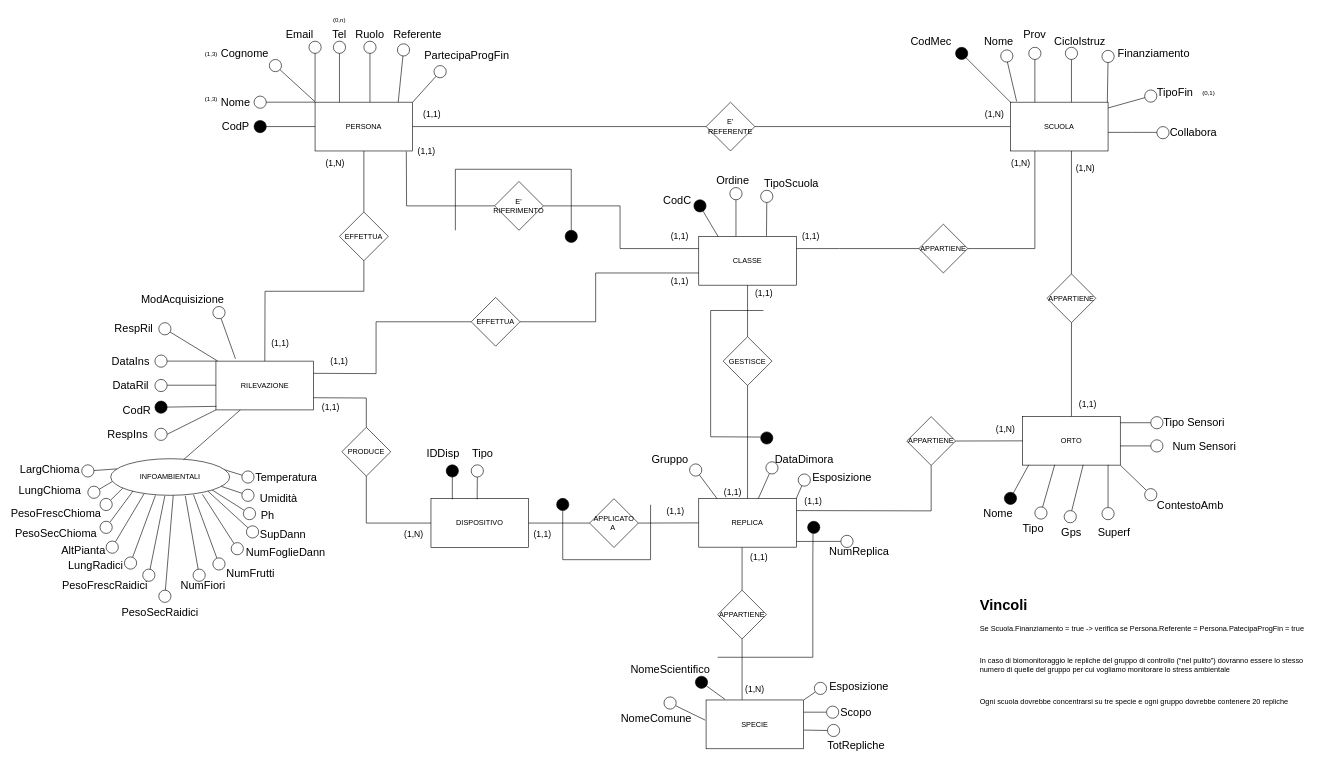
Above: BD_ER_Massimo_2023.drawio in pizzo-kyle/unige (draw.io), before the change. Source tidied: cells renumbered, new cells numbered last; positions are measured from the earlier drawing's top-left corner, leaving out a move shared by most shapes. Both pictures are drawn from the tidied source at 61%, with x=0, y=0 at pixel (35, 10).
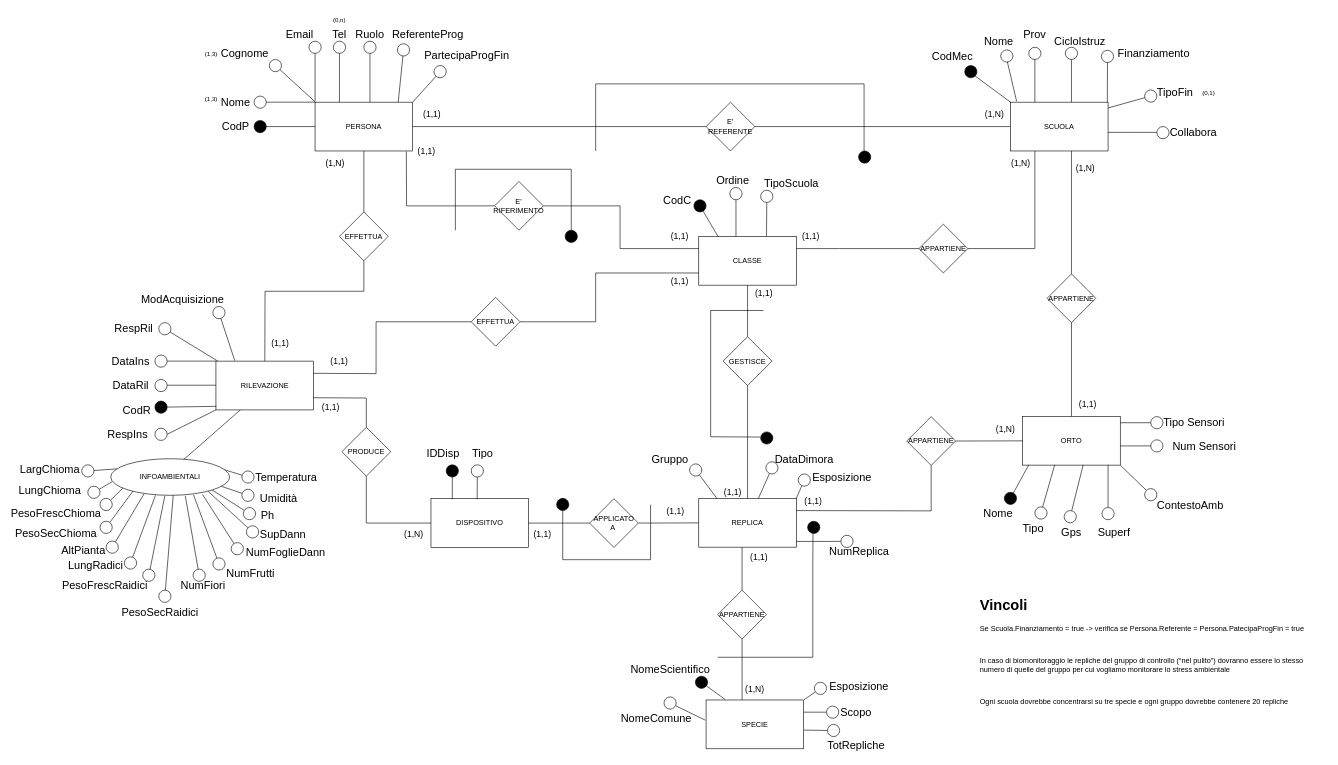
Above is the later version.

Unchanged cells that the change refers to:
```xml
<mxCell id="10" value="RILEVAZIONE" style="rounded=0;whiteSpace=wrap;html=1;" parent="1" vertex="1">
  <mxGeometry x="295.5" y="574.5" width="160" height="80" as="geometry" />
</mxCell>
<mxCell id="237" style="ellipse;whiteSpace=wrap;html=1;fillColor=#FFFFFF;direction=south;gradientColor=none;" parent="1" vertex="1">
  <mxGeometry x="290.5" y="485" width="20" height="20" as="geometry" />
</mxCell>
```

The edit, as a diff of the source:
```diff
@@
     <mxCell id="29" style="ellipse;whiteSpace=wrap;html=1;fillColor=#000000;direction=south;" parent="1" vertex="1">
-      <mxGeometry x="1508" y="60" width="20" height="20" as="geometry" />
+      <mxGeometry x="1523" y="90" width="20" height="20" as="geometry" />
     </mxCell>
@@
     <mxCell id="31" value="&lt;font style=&quot;font-size: 18px;&quot;&gt;CodMec&lt;/font&gt;" style="text;html=1;strokeColor=none;fillColor=none;align=center;verticalAlign=middle;whiteSpace=wrap;rounded=0;" parent="1" vertex="1">
-      <mxGeometry x="1428" y="30" width="80" height="40" as="geometry" />
+      <mxGeometry x="1463" y="55" width="80" height="40" as="geometry" />
     </mxCell>
@@
     <mxCell id="41" style="ellipse;whiteSpace=wrap;html=1;fillColor=#FFFFFF;direction=south;gradientColor=none;" parent="1" vertex="1">
-      <mxGeometry x="1748" y="65" width="20" height="20" as="geometry" />
+      <mxGeometry x="1747" y="65" width="20" height="20" as="geometry" />
     </mxCell>
@@
-    <mxCell id="160" value="&lt;span style=&quot;font-size: 18px;&quot;&gt;Referente&lt;/span&gt;" style="text;html=1;strokeColor=none;fillColor=none;align=center;verticalAlign=middle;whiteSpace=wrap;rounded=0;" parent="1" vertex="1">
-      <mxGeometry x="595.5" y="20" width="60" height="40" as="geometry" />
+    <mxCell id="160" value="&lt;span style=&quot;font-size: 18px;&quot;&gt;ReferenteProg&lt;/span&gt;" style="text;html=1;strokeColor=none;fillColor=none;align=center;verticalAlign=middle;whiteSpace=wrap;rounded=0;" parent="1" vertex="1">
+      <mxGeometry x="613" y="20" width="60" height="40" as="geometry" />
     </mxCell>
@@
-    <mxCell id="236" style="endArrow=none;html=1;rounded=0;entryX=0.2;entryY=-0.048;entryDx=0;entryDy=0;entryPerimeter=0;" parent="1" edge="1" source="237" target="10">
+    <mxCell id="236" style="endArrow=none;html=1;rounded=0;entryX=0.193;entryY=-0.008;entryDx=0;entryDy=0;entryPerimeter=0;" parent="1" edge="1" source="237" target="10">
       <mxGeometry relative="1" as="geometry" />
     </mxCell>
@@
+    <mxCell id="253" style="endArrow=none;html=1;rounded=0;" parent="1" edge="1">
+      <mxGeometry relative="1" as="geometry">
+        <mxPoint x="918" y="230" as="sourcePoint" />
+        <mxPoint x="1358" y="230" as="targetPoint" />
+        <Array as="points">
+          <mxPoint x="918" y="120" />
+          <mxPoint x="1358" y="120" />
+        </Array>
+      </mxGeometry>
+    </mxCell>
+    <mxCell id="254" style="ellipse;whiteSpace=wrap;html=1;fillColor=#000000;direction=south;" parent="1" vertex="1">
+      <mxGeometry x="1349" y="230" width="20" height="20" as="geometry" />
+    </mxCell>
```
